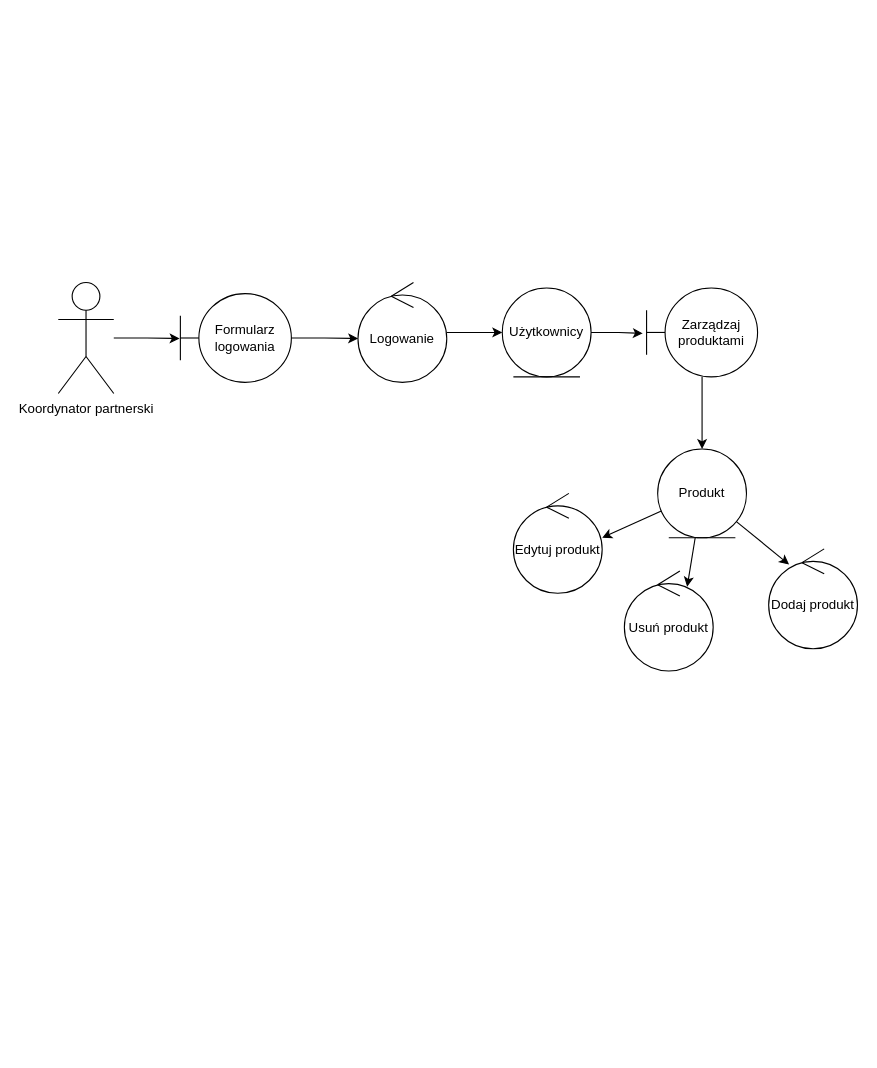
The draw.io diagram 4/model_analityczny.drawio in Tarik-Alaiwi-dev/PSI-Docs, before the edit. Source tidied: cells renumbered, new cells numbered last; positions are measured from the earlier drawing's top-left corner, leaving out a move shared by most shapes. Both pictures are drawn from the tidied source at 111%, with x=0, y=0 at pixel (58, 282).
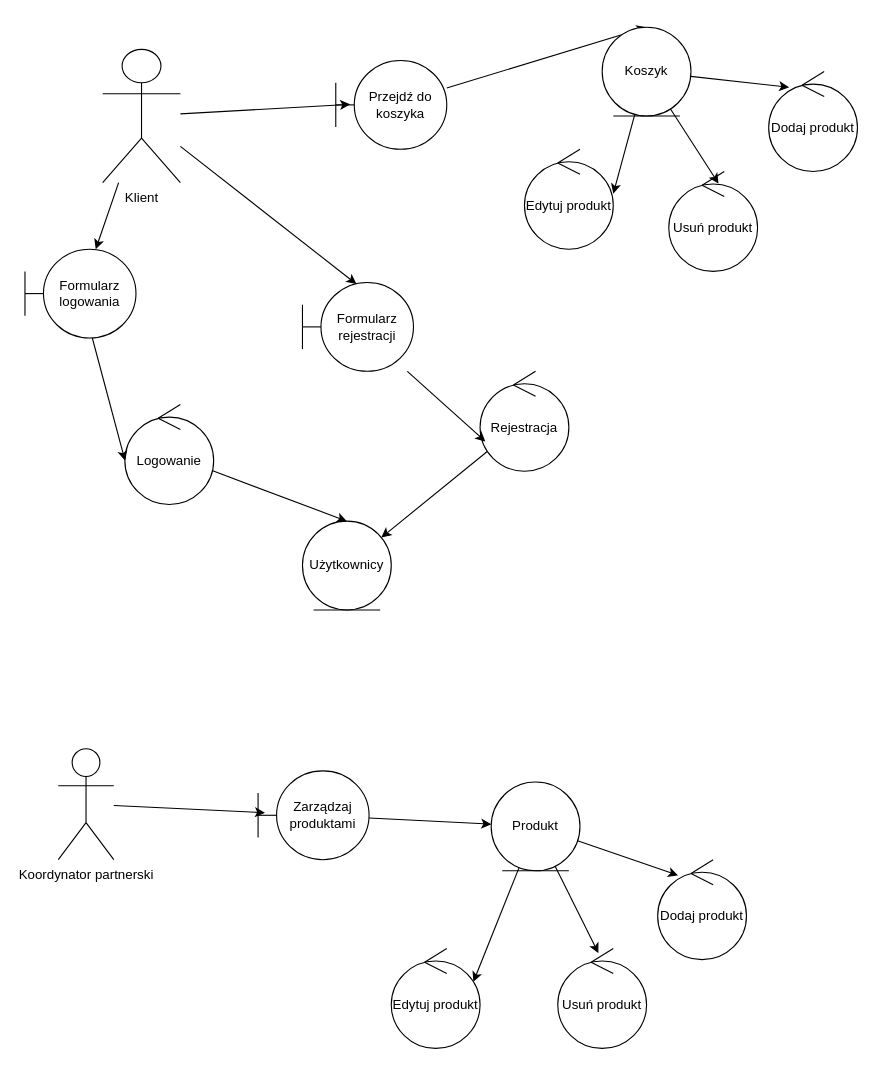
The same page after the edit.

Commit message (it also covers changes not shown here):
fixes to the model analityczny

Change to the diagram source:
```diff
@@
+    <mxCell id="19" style="rounded=0;jettySize=auto;html=1;" parent="1" edge="1" source="20" target="3">
+      <mxGeometry relative="1" as="geometry" />
+    </mxCell>
+    <mxCell id="20" value="Klient" style="shape=umlActor;verticalLabelPosition=bottom;verticalAlign=top;html=1;outlineConnect=0;" parent="1" vertex="1">
+      <mxGeometry x="40" y="-210" width="70" height="120" as="geometry" />
+    </mxCell>
+    <mxCell id="21" value="Przejdź do koszyka" style="shape=umlBoundary;whiteSpace=wrap;html=1;" parent="1" vertex="1">
+      <mxGeometry x="250" y="-200" width="100" height="80" as="geometry" />
+    </mxCell>
+    <mxCell id="22" style="rounded=0;jettySize=auto;html=1;entryX=0.5;entryY=0;entryDx=0;entryDy=0;" parent="1" edge="1" source="21" target="24">
+      <mxGeometry relative="1" as="geometry" />
+    </mxCell>
+    <mxCell id="23" style="rounded=0;jettySize=auto;html=1;entryX=0.129;entryY=0.494;entryDx=0;entryDy=0;entryPerimeter=0;" parent="1" edge="1" source="20" target="21">
+      <mxGeometry relative="1" as="geometry" />
+    </mxCell>
+    <mxCell id="24" value="Koszyk" style="ellipse;shape=umlEntity;whiteSpace=wrap;html=1;" parent="1" vertex="1">
+      <mxGeometry x="490" y="-230" width="80" height="80" as="geometry" />
+    </mxCell>
+    <mxCell id="25" value="Edytuj produkt" style="ellipse;shape=umlControl;whiteSpace=wrap;html=1;" parent="1" vertex="1">
+      <mxGeometry x="420" y="-120" width="80" height="90" as="geometry" />
+    </mxCell>
+    <mxCell id="26" value="Usuń produkt" style="ellipse;shape=umlControl;whiteSpace=wrap;html=1;" parent="1" vertex="1">
+      <mxGeometry x="550" y="-100" width="80" height="90" as="geometry" />
+    </mxCell>
+    <mxCell id="27" value="Dodaj produkt" style="ellipse;shape=umlControl;whiteSpace=wrap;html=1;" parent="1" vertex="1">
+      <mxGeometry x="640" y="-190" width="80" height="90" as="geometry" />
+    </mxCell>
+    <mxCell id="28" style="rounded=0;jettySize=auto;html=1;entryX=0.23;entryY=0.157;entryDx=0;entryDy=0;entryPerimeter=0;" parent="1" edge="1" source="24" target="27">
+      <mxGeometry relative="1" as="geometry" />
+    </mxCell>
+    <mxCell id="29" style="rounded=0;jettySize=auto;html=1;entryX=0.56;entryY=0.12;entryDx=0;entryDy=0;entryPerimeter=0;" parent="1" edge="1" source="24" target="26">
+      <mxGeometry relative="1" as="geometry" />
+    </mxCell>
+    <mxCell id="30" style="rounded=0;jettySize=auto;html=1;entryX=1;entryY=0.444;entryDx=0;entryDy=0;entryPerimeter=0;" parent="1" edge="1" source="24" target="25">
+      <mxGeometry relative="1" as="geometry" />
+    </mxCell>
     <mxCell id="2" value="Koordynator partnerski&lt;div&gt;&lt;br&gt;&lt;/div&gt;" style="shape=umlActor;verticalLabelPosition=bottom;verticalAlign=top;html=1;" parent="1" vertex="1">
-      <mxGeometry width="50" height="100" as="geometry" />
+      <mxGeometry y="420" width="50" height="100" as="geometry" />
     </mxCell>
+    <mxCell id="7" style="rounded=0;jettySize=auto;html=1;" parent="1" edge="1" source="8" target="9">
+      <mxGeometry relative="1" as="geometry" />
+    </mxCell>
+    <mxCell id="8" value="Zarządzaj produktami" style="shape=umlBoundary;whiteSpace=wrap;html=1;" parent="1" vertex="1">
+      <mxGeometry x="180" y="440" width="100" height="80" as="geometry" />
+    </mxCell>
+    <mxCell id="9" value="Produkt" style="ellipse;shape=umlEntity;whiteSpace=wrap;html=1;" parent="1" vertex="1">
+      <mxGeometry x="390" y="450" width="80" height="80" as="geometry" />
+    </mxCell>
+    <mxCell id="31" value="Edytuj produkt" style="ellipse;shape=umlControl;whiteSpace=wrap;html=1;" parent="1" vertex="1">
+      <mxGeometry x="300" y="600" width="80" height="90" as="geometry" />
+    </mxCell>
+    <mxCell id="32" value="Usuń produkt" style="ellipse;shape=umlControl;whiteSpace=wrap;html=1;" parent="1" vertex="1">
+      <mxGeometry x="450" y="600" width="80" height="90" as="geometry" />
+    </mxCell>
+    <mxCell id="33" value="Dodaj produkt" style="ellipse;shape=umlControl;whiteSpace=wrap;html=1;" parent="1" vertex="1">
+      <mxGeometry x="540" y="520" width="80" height="90" as="geometry" />
+    </mxCell>
+    <mxCell id="34" style="rounded=0;jettySize=auto;html=1;entryX=0.23;entryY=0.157;entryDx=0;entryDy=0;entryPerimeter=0;" parent="1" edge="1" source="9" target="33">
+      <mxGeometry relative="1" as="geometry" />
+    </mxCell>
+    <mxCell id="35" style="rounded=0;jettySize=auto;html=1;entryX=0.707;entryY=0.157;entryDx=0;entryDy=0;entryPerimeter=0;" parent="1" edge="1" source="9">
+      <mxGeometry relative="1" as="geometry">
+        <mxPoint x="486.6" y="604.1" as="targetPoint" />
+      </mxGeometry>
+    </mxCell>
+    <mxCell id="36" style="rounded=0;jettySize=auto;html=1;entryX=1;entryY=0.444;entryDx=0;entryDy=0;entryPerimeter=0;" parent="1" edge="1" source="9">
+      <mxGeometry relative="1" as="geometry">
+        <mxPoint x="374" y="630" as="targetPoint" />
+      </mxGeometry>
+    </mxCell>
+    <mxCell id="37" style="rounded=0;jettySize=auto;html=1;entryX=0.062;entryY=0.471;entryDx=0;entryDy=0;entryPerimeter=0;" parent="1" edge="1" source="2" target="8">
+      <mxGeometry relative="1" as="geometry" />
+    </mxCell>
+    <mxCell id="38" value="Formularz rejestracji" style="shape=umlBoundary;whiteSpace=wrap;html=1;" parent="1" vertex="1">
+      <mxGeometry x="220" width="100" height="80" as="geometry" />
+    </mxCell>
+    <mxCell id="39" style="rounded=0;jettySize=auto;html=1;" parent="1" edge="1" source="40" target="6">
+      <mxGeometry relative="1" as="geometry" />
+    </mxCell>
+    <mxCell id="40" value="Rejestracja" style="ellipse;shape=umlControl;whiteSpace=wrap;html=1;" parent="1" vertex="1">
+      <mxGeometry x="380" y="80" width="80" height="90" as="geometry" />
+    </mxCell>
+    <mxCell id="41" style="rounded=0;jettySize=auto;html=1;entryX=0.059;entryY=0.702;entryDx=0;entryDy=0;entryPerimeter=0;" parent="1" edge="1" source="38" target="40">
+      <mxGeometry relative="1" as="geometry" />
+    </mxCell>
+    <mxCell id="6" value="Użytkownicy" style="ellipse;shape=umlEntity;whiteSpace=wrap;html=1;" parent="1" vertex="1">
+      <mxGeometry x="220" y="215" width="80" height="80" as="geometry" />
+    </mxCell>
+    <mxCell id="42" style="rounded=0;jettySize=auto;html=1;entryX=0.486;entryY=0.018;entryDx=0;entryDy=0;entryPerimeter=0;" parent="1" edge="1" source="20" target="38">
+      <mxGeometry relative="1" as="geometry" />
+    </mxCell>
     <mxCell id="3" value="Formularz logowania" style="shape=umlBoundary;whiteSpace=wrap;html=1;" parent="1" vertex="1">
-      <mxGeometry x="110" y="10" width="100" height="80" as="geometry" />
+      <mxGeometry x="-30" y="-30" width="100" height="80" as="geometry" />
     </mxCell>
-    <mxCell id="4" style="edgeStyle=orthogonalEdgeStyle;rounded=0;jettySize=auto;html=1;entryX=0;entryY=0.5;entryDx=0;entryDy=0;" parent="1" edge="1" source="5" target="6">
+    <mxCell id="4" style="rounded=0;jettySize=auto;html=1;entryX=0.5;entryY=0;entryDx=0;entryDy=0;" parent="1" edge="1" source="5" target="6">
       <mxGeometry relative="1" as="geometry" />
     </mxCell>
     <mxCell id="5" value="Logowanie" style="ellipse;shape=umlControl;whiteSpace=wrap;html=1;" parent="1" vertex="1">
-      <mxGeometry x="270" width="80" height="90" as="geometry" />
+      <mxGeometry x="60" y="110" width="80" height="90" as="geometry" />
     </mxCell>
-    <mxCell id="6" value="Użytkownicy" style="ellipse;shape=umlEntity;whiteSpace=wrap;html=1;" parent="1" vertex="1">
-      <mxGeometry x="400" y="5" width="80" height="80" as="geometry" />
-    </mxCell>
-    <mxCell id="7" style="edgeStyle=orthogonalEdgeStyle;rounded=0;jettySize=auto;html=1;" parent="1" edge="1" source="8" target="9">
-      <mxGeometry relative="1" as="geometry" />
-    </mxCell>
-    <mxCell id="8" value="Zarządzaj produktami" style="shape=umlBoundary;whiteSpace=wrap;html=1;" parent="1" vertex="1">
-      <mxGeometry x="530" y="5" width="100" height="80" as="geometry" />
-    </mxCell>
-    <mxCell id="9" value="Produkt" style="ellipse;shape=umlEntity;whiteSpace=wrap;html=1;" parent="1" vertex="1">
-      <mxGeometry x="540" y="150" width="80" height="80" as="geometry" />
-    </mxCell>
-    <mxCell id="10" style="edgeStyle=orthogonalEdgeStyle;rounded=0;jettySize=auto;html=1;entryX=0.002;entryY=0.561;entryDx=0;entryDy=0;entryPerimeter=0;" parent="1" edge="1" source="3" target="5">
+    <mxCell id="10" style="rounded=0;jettySize=auto;html=1;entryX=0.002;entryY=0.561;entryDx=0;entryDy=0;entryPerimeter=0;" parent="1" edge="1" source="3" target="5">
       <mxGeometry relative="1" as="geometry" />
     </mxCell>
-    <mxCell id="11" style="edgeStyle=orthogonalEdgeStyle;rounded=0;jettySize=auto;html=1;entryX=-0.034;entryY=0.511;entryDx=0;entryDy=0;entryPerimeter=0;" parent="1" edge="1" source="6" target="8">
-      <mxGeometry relative="1" as="geometry" />
-    </mxCell>
-    <mxCell id="12" value="Edytuj produkt" style="ellipse;shape=umlControl;whiteSpace=wrap;html=1;" parent="1" vertex="1">
-      <mxGeometry x="410" y="190" width="80" height="90" as="geometry" />
-    </mxCell>
-    <mxCell id="13" value="Usuń produkt" style="ellipse;shape=umlControl;whiteSpace=wrap;html=1;" parent="1" vertex="1">
-      <mxGeometry x="510" y="260" width="80" height="90" as="geometry" />
-    </mxCell>
-    <mxCell id="14" value="Dodaj produkt" style="ellipse;shape=umlControl;whiteSpace=wrap;html=1;" parent="1" vertex="1">
-      <mxGeometry x="640" y="240" width="80" height="90" as="geometry" />
-    </mxCell>
-    <mxCell id="15" style="rounded=0;jettySize=auto;html=1;entryX=0.23;entryY=0.157;entryDx=0;entryDy=0;entryPerimeter=0;" parent="1" edge="1" source="9" target="14">
-      <mxGeometry relative="1" as="geometry" />
-    </mxCell>
-    <mxCell id="16" style="rounded=0;jettySize=auto;html=1;entryX=0.707;entryY=0.157;entryDx=0;entryDy=0;entryPerimeter=0;" parent="1" edge="1" source="9" target="13">
-      <mxGeometry relative="1" as="geometry" />
-    </mxCell>
-    <mxCell id="17" style="rounded=0;jettySize=auto;html=1;entryX=1;entryY=0.444;entryDx=0;entryDy=0;entryPerimeter=0;" parent="1" edge="1" source="9" target="12">
-      <mxGeometry relative="1" as="geometry" />
-    </mxCell>
-    <mxCell id="18" style="edgeStyle=orthogonalEdgeStyle;rounded=0;jettySize=auto;html=1;entryX=-0.007;entryY=0.506;entryDx=0;entryDy=0;entryPerimeter=0;" parent="1" edge="1" source="2" target="3">
-      <mxGeometry relative="1" as="geometry" />
-    </mxCell>
```
